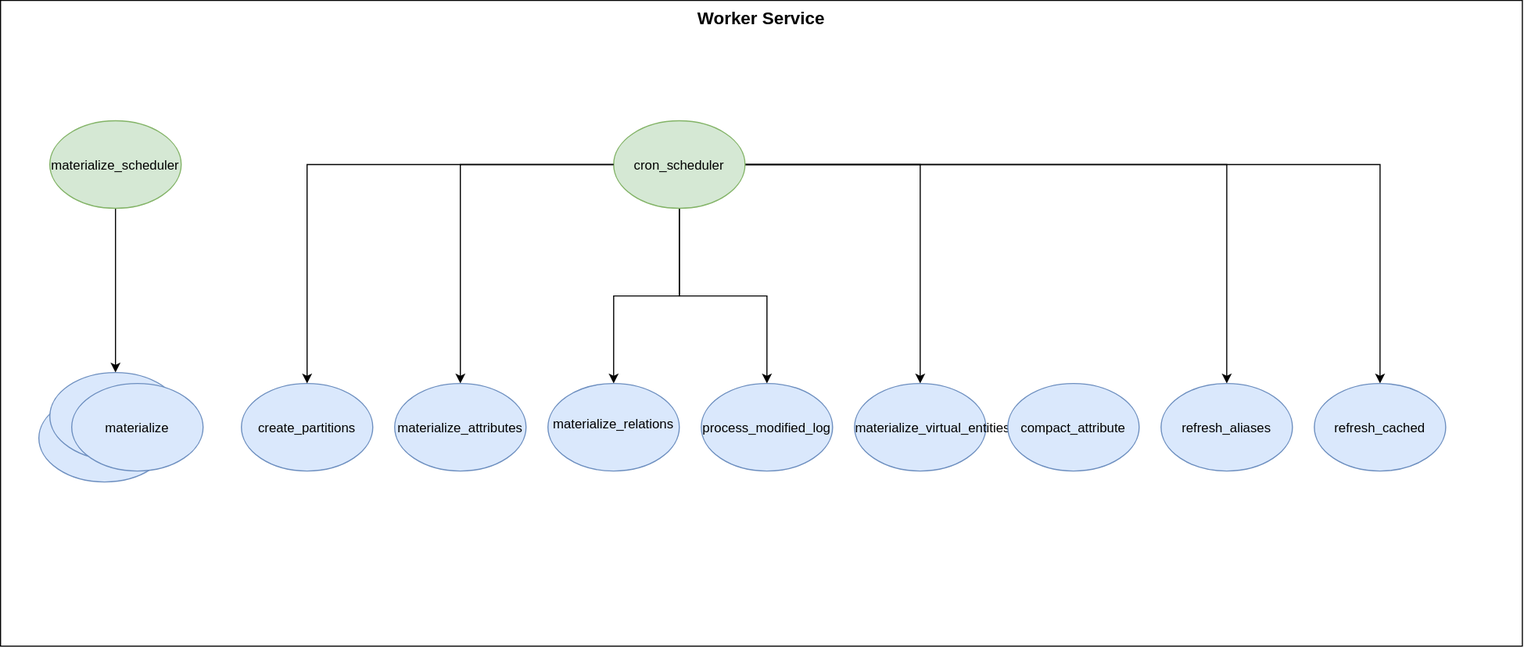
Above: documentation/src/design/images/worker_service.drawio.svg in 1Optic/minerva (draw.io), before the change. Source tidied: cells renumbered, new cells last; positions are measured from the earlier drawing's top-left corner, leaving out a move shared by most shapes. Its diagram source:
```xml
<mxGraphModel>
  <root>
    <mxCell id="0" />
    <mxCell id="1" parent="0" />
    <mxCell id="2" value="Worker Service" style="rounded=0;whiteSpace=wrap;html=1;verticalAlign=top;fontStyle=1;fontSize=16;" parent="1" vertex="1">
      <mxGeometry width="1390" height="590" as="geometry" />
    </mxCell>
    <mxCell id="3" style="edgeStyle=orthogonalEdgeStyle;rounded=0;jettySize=auto;html=1;" parent="1" edge="1" source="9" target="11">
      <mxGeometry relative="1" as="geometry" />
    </mxCell>
    <mxCell id="4" style="edgeStyle=orthogonalEdgeStyle;rounded=0;jettySize=auto;html=1;" parent="1" edge="1" source="9" target="13">
      <mxGeometry relative="1" as="geometry" />
    </mxCell>
    <mxCell id="5" style="edgeStyle=orthogonalEdgeStyle;rounded=0;jettySize=auto;html=1;" parent="1" edge="1" source="9" target="14">
      <mxGeometry relative="1" as="geometry" />
    </mxCell>
    <mxCell id="6" style="edgeStyle=orthogonalEdgeStyle;rounded=0;jettySize=auto;html=1;" parent="1" edge="1" source="9" target="15">
      <mxGeometry relative="1" as="geometry" />
    </mxCell>
    <mxCell id="7" style="edgeStyle=orthogonalEdgeStyle;rounded=0;jettySize=auto;html=1;" parent="1" edge="1" source="9" target="17">
      <mxGeometry relative="1" as="geometry" />
    </mxCell>
    <mxCell id="8" style="edgeStyle=orthogonalEdgeStyle;rounded=0;jettySize=auto;html=1;" parent="1" edge="1" source="9" target="18">
      <mxGeometry relative="1" as="geometry" />
    </mxCell>
    <mxCell id="9" value="cron_&lt;span style=&quot;text-decoration-line: inherit; background-color: transparent; color: light-dark(rgb(0, 0, 0), rgb(255, 255, 255));&quot;&gt;scheduler&lt;/span&gt;" style="ellipse;whiteSpace=wrap;html=1;shapeInside=1;fillColor=#d5e8d4;strokeColor=#82b366;" parent="1" vertex="1">
      <mxGeometry x="560" y="110" width="120" height="80" as="geometry" />
    </mxCell>
    <mxCell id="10" value="create_partitions" style="ellipse;whiteSpace=wrap;html=1;shapeInside=1;fillColor=#dae8fc;strokeColor=#6c8ebf;" parent="1" vertex="1">
      <mxGeometry x="220" y="350" width="120" height="80" as="geometry" />
    </mxCell>
    <mxCell id="11" value="materialize_attributes" style="ellipse;whiteSpace=wrap;html=1;shapeInside=1;fillColor=#dae8fc;strokeColor=#6c8ebf;" parent="1" vertex="1">
      <mxGeometry x="360" y="350" width="120" height="80" as="geometry" />
    </mxCell>
    <mxCell id="12" style="edgeStyle=orthogonalEdgeStyle;rounded=0;jettySize=auto;html=1;" parent="1" edge="1" source="9" target="10">
      <mxGeometry relative="1" as="geometry" />
    </mxCell>
    <mxCell id="13" value="&lt;span style=&quot;background-color: transparent; color: light-dark(rgb(0, 0, 0), rgb(255, 255, 255)); text-decoration-line: inherit;&quot;&gt;materialize_relations&lt;/span&gt;" style="ellipse;whiteSpace=wrap;html=1;shapeInside=1;fillColor=#dae8fc;strokeColor=#6c8ebf;align=center;verticalAlign=middle;fontFamily=Helvetica;fontSize=12;fontColor=default;" parent="1" vertex="1">
      <mxGeometry x="500" y="350" width="120" height="80" as="geometry" />
    </mxCell>
    <mxCell id="14" value="process_modified_log" style="ellipse;whiteSpace=wrap;html=1;shapeInside=1;fillColor=#dae8fc;strokeColor=#6c8ebf;" parent="1" vertex="1">
      <mxGeometry x="640" y="350" width="120" height="80" as="geometry" />
    </mxCell>
    <mxCell id="15" value="materialize_virtual_entities" style="ellipse;whiteSpace=wrap;html=1;shapeInside=1;fillColor=#dae8fc;strokeColor=#6c8ebf;" parent="1" vertex="1">
      <mxGeometry x="780" y="350" width="120" height="80" as="geometry" />
    </mxCell>
    <mxCell id="16" value="compact_attribute" style="ellipse;whiteSpace=wrap;html=1;shapeInside=1;strokeColor=#6c8ebf;align=center;verticalAlign=middle;fontFamily=Helvetica;fontSize=12;fontColor=default;fillColor=#dae8fc;" parent="1" vertex="1">
      <mxGeometry x="920" y="350" width="120" height="80" as="geometry" />
    </mxCell>
    <mxCell id="17" value="refresh_aliases" style="ellipse;whiteSpace=wrap;html=1;shapeInside=1;strokeColor=#6c8ebf;align=center;verticalAlign=middle;fontFamily=Helvetica;fontSize=12;fontColor=default;fillColor=#dae8fc;" parent="1" vertex="1">
      <mxGeometry x="1060" y="350" width="120" height="80" as="geometry" />
    </mxCell>
    <mxCell id="18" value="refresh_cached" style="ellipse;whiteSpace=wrap;html=1;shapeInside=1;strokeColor=#6c8ebf;align=center;verticalAlign=middle;fontFamily=Helvetica;fontSize=12;fontColor=default;fillColor=#dae8fc;" parent="1" vertex="1">
      <mxGeometry x="1200" y="350" width="120" height="80" as="geometry" />
    </mxCell>
    <mxCell id="19" style="edgeStyle=orthogonalEdgeStyle;rounded=0;jettySize=auto;html=1;" parent="1" edge="1" source="20" target="22">
      <mxGeometry relative="1" as="geometry" />
    </mxCell>
    <mxCell id="20" value="materialize_scheduler" style="ellipse;whiteSpace=wrap;html=1;shapeInside=1;fillColor=#d5e8d4;strokeColor=#82b366;" parent="1" vertex="1">
      <mxGeometry x="45" y="110" width="120" height="80" as="geometry" />
    </mxCell>
    <mxCell id="21" style="ellipse;whiteSpace=wrap;html=1;shapeInside=1;fillColor=#dae8fc;strokeColor=#6c8ebf;" parent="1" vertex="1">
      <mxGeometry x="35" y="360" width="120" height="80" as="geometry" />
    </mxCell>
    <mxCell id="22" style="ellipse;whiteSpace=wrap;html=1;shapeInside=1;fillColor=#dae8fc;strokeColor=#6c8ebf;" parent="1" vertex="1">
      <mxGeometry x="45" y="340" width="120" height="80" as="geometry" />
    </mxCell>
    <mxCell id="23" value="materialize" style="ellipse;whiteSpace=wrap;html=1;shapeInside=1;fillColor=#dae8fc;strokeColor=#6c8ebf;" parent="1" vertex="1">
      <mxGeometry x="65" y="350" width="120" height="80" as="geometry" />
    </mxCell>
  </root>
</mxGraphModel>
```
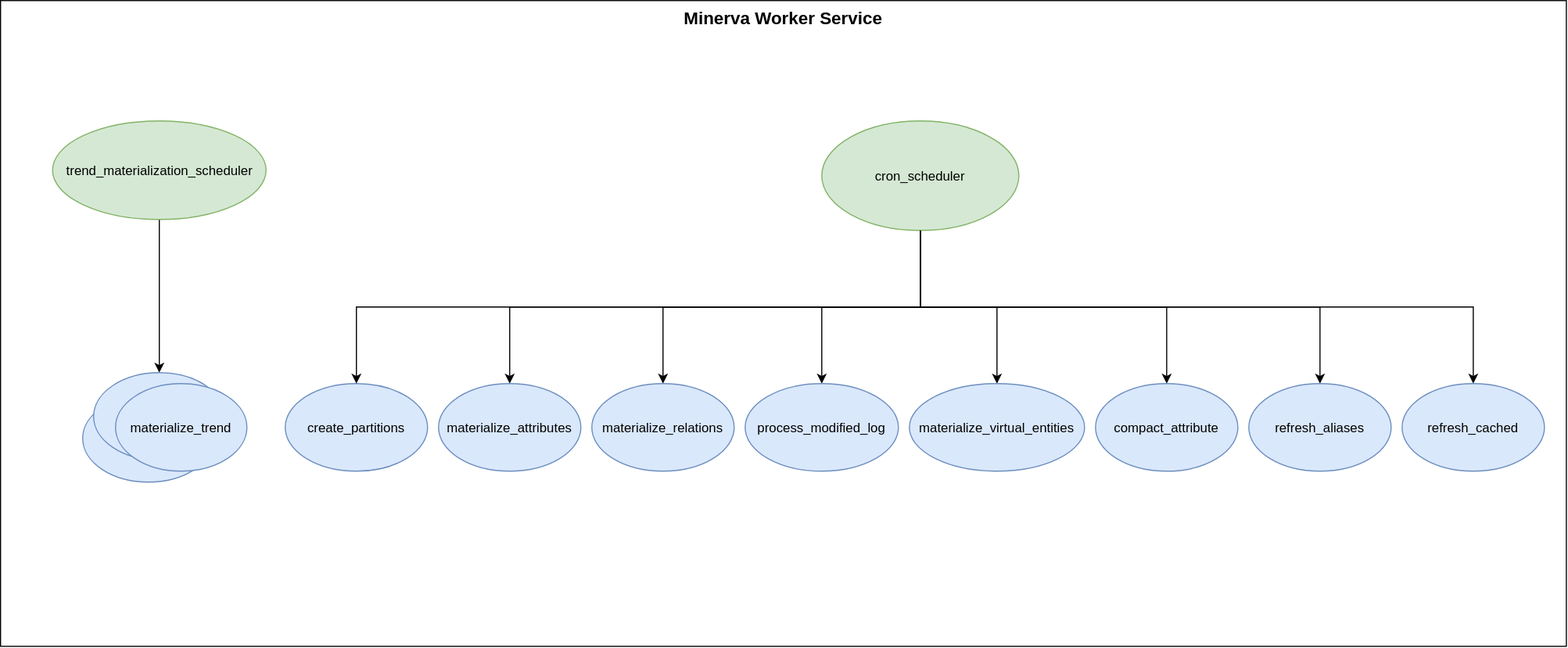
The same diagram one commit later.

Commit message:
Fix diagram colors and extend worker service design

What changed in the source:
```diff
@@ -2,62 +2,100 @@
   <root>
     <mxCell id="0" />
     <mxCell id="1" parent="0" />
-    <mxCell id="2" value="Worker Service" style="rounded=0;whiteSpace=wrap;html=1;verticalAlign=top;fontStyle=1;fontSize=16;" parent="1" vertex="1">
-      <mxGeometry width="1390" height="590" as="geometry" />
+    <mxCell id="2" value="Minerva Worker Service" style="rounded=0;whiteSpace=wrap;html=1;verticalAlign=top;fontStyle=1;fontSize=16;fillStyle=solid;fillColor=#FFFFFF;" parent="1" vertex="1">
+      <mxGeometry x="-40" width="1430" height="590" as="geometry" />
     </mxCell>
-    <mxCell id="3" style="edgeStyle=orthogonalEdgeStyle;rounded=0;jettySize=auto;html=1;" parent="1" edge="1" source="9" target="11">
-      <mxGeometry relative="1" as="geometry" />
+    <mxCell id="3" style="edgeStyle=orthogonalEdgeStyle;rounded=0;jettySize=auto;html=1;strokeColor=#000000;align=center;verticalAlign=middle;fontFamily=Helvetica;fontSize=11;fontColor=default;labelBackgroundColor=default;endArrow=classic;" parent="1" edge="1" source="9" target="11">
+      <mxGeometry relative="1" as="geometry">
+        <Array as="points">
+          <mxPoint x="800" y="280" />
+          <mxPoint x="425" y="280" />
+        </Array>
+      </mxGeometry>
     </mxCell>
-    <mxCell id="4" style="edgeStyle=orthogonalEdgeStyle;rounded=0;jettySize=auto;html=1;" parent="1" edge="1" source="9" target="13">
-      <mxGeometry relative="1" as="geometry" />
+    <mxCell id="4" style="edgeStyle=orthogonalEdgeStyle;rounded=0;jettySize=auto;html=1;strokeColor=#000000;align=center;verticalAlign=middle;fontFamily=Helvetica;fontSize=11;fontColor=default;labelBackgroundColor=default;endArrow=classic;" parent="1" edge="1" source="9" target="13">
+      <mxGeometry relative="1" as="geometry">
+        <Array as="points">
+          <mxPoint x="800" y="280" />
+          <mxPoint x="565" y="280" />
+        </Array>
+      </mxGeometry>
     </mxCell>
-    <mxCell id="5" style="edgeStyle=orthogonalEdgeStyle;rounded=0;jettySize=auto;html=1;" parent="1" edge="1" source="9" target="14">
+    <mxCell id="5" style="edgeStyle=orthogonalEdgeStyle;rounded=0;jettySize=auto;html=1;strokeColor=#000000;align=center;verticalAlign=middle;fontFamily=Helvetica;fontSize=11;fontColor=default;labelBackgroundColor=default;endArrow=classic;" parent="1" edge="1" source="9" target="14">
       <mxGeometry relative="1" as="geometry" />
     </mxCell>
-    <mxCell id="6" style="edgeStyle=orthogonalEdgeStyle;rounded=0;jettySize=auto;html=1;" parent="1" edge="1" source="9" target="15">
-      <mxGeometry relative="1" as="geometry" />
+    <mxCell id="6" style="edgeStyle=orthogonalEdgeStyle;rounded=0;jettySize=auto;html=1;strokeColor=#000000;" parent="1" edge="1" source="9" target="15">
+      <mxGeometry relative="1" as="geometry">
+        <Array as="points">
+          <mxPoint x="800" y="280" />
+          <mxPoint x="870" y="280" />
+        </Array>
+      </mxGeometry>
     </mxCell>
-    <mxCell id="7" style="edgeStyle=orthogonalEdgeStyle;rounded=0;jettySize=auto;html=1;" parent="1" edge="1" source="9" target="17">
-      <mxGeometry relative="1" as="geometry" />
+    <mxCell id="7" style="edgeStyle=orthogonalEdgeStyle;rounded=0;jettySize=auto;html=1;strokeColor=#000000;" parent="1" edge="1" source="9" target="17">
+      <mxGeometry relative="1" as="geometry">
+        <Array as="points">
+          <mxPoint x="800" y="280" />
+          <mxPoint x="1165" y="280" />
+        </Array>
+      </mxGeometry>
     </mxCell>
-    <mxCell id="8" style="edgeStyle=orthogonalEdgeStyle;rounded=0;jettySize=auto;html=1;" parent="1" edge="1" source="9" target="18">
-      <mxGeometry relative="1" as="geometry" />
+    <mxCell id="8" style="edgeStyle=orthogonalEdgeStyle;rounded=0;jettySize=auto;html=1;strokeColor=#000000;" parent="1" edge="1" source="9" target="18">
+      <mxGeometry relative="1" as="geometry">
+        <Array as="points">
+          <mxPoint x="800" y="280" />
+          <mxPoint x="1305" y="280" />
+        </Array>
+      </mxGeometry>
     </mxCell>
+    <mxCell id="24" style="edgeStyle=orthogonalEdgeStyle;rounded=0;jettySize=auto;html=1;entryX=0.5;entryY=0;entryDx=0;entryDy=0;strokeColor=#000000;align=center;verticalAlign=middle;fontFamily=Helvetica;fontSize=11;fontColor=default;labelBackgroundColor=default;endArrow=classic;" parent="1" edge="1" source="9" target="16">
+      <mxGeometry relative="1" as="geometry">
+        <Array as="points">
+          <mxPoint x="800" y="280" />
+          <mxPoint x="1025" y="280" />
+        </Array>
+      </mxGeometry>
+    </mxCell>
-    <mxCell id="9" value="cron_&lt;span style=&quot;text-decoration-line: inherit; background-color: transparent; color: light-dark(rgb(0, 0, 0), rgb(255, 255, 255));&quot;&gt;scheduler&lt;/span&gt;" style="ellipse;whiteSpace=wrap;html=1;shapeInside=1;fillColor=#d5e8d4;strokeColor=#82b366;" parent="1" vertex="1">
-      <mxGeometry x="560" y="110" width="120" height="80" as="geometry" />
+    <mxCell id="9" value="cron_&lt;span style=&quot;text-decoration-line: inherit; background-color: transparent;&quot;&gt;scheduler&lt;/span&gt;" style="ellipse;whiteSpace=wrap;html=1;shapeInside=1;fillColor=#d5e8d4;strokeColor=#82b366;fontColor=#000000;" parent="1" vertex="1">
+      <mxGeometry x="710" y="110" width="180" height="100" as="geometry" />
     </mxCell>
-    <mxCell id="10" value="create_partitions" style="ellipse;whiteSpace=wrap;html=1;shapeInside=1;fillColor=#dae8fc;strokeColor=#6c8ebf;" parent="1" vertex="1">
-      <mxGeometry x="220" y="350" width="120" height="80" as="geometry" />
+    <mxCell id="10" value="create_partitions" style="ellipse;whiteSpace=wrap;html=1;shapeInside=1;fillColor=#dae8fc;strokeColor=#6c8ebf;fontColor=#000000;" parent="1" vertex="1">
+      <mxGeometry x="220" y="350" width="130" height="80" as="geometry" />
     </mxCell>
-    <mxCell id="11" value="materialize_attributes" style="ellipse;whiteSpace=wrap;html=1;shapeInside=1;fillColor=#dae8fc;strokeColor=#6c8ebf;" parent="1" vertex="1">
-      <mxGeometry x="360" y="350" width="120" height="80" as="geometry" />
+    <mxCell id="11" value="materialize_attributes" style="ellipse;whiteSpace=wrap;html=1;shapeInside=1;fillColor=#dae8fc;strokeColor=#6c8ebf;fontFamily=Helvetica;fontSize=12;fontColor=#000000;fontStyle=0;align=center;verticalAlign=middle;" parent="1" vertex="1">
+      <mxGeometry x="360" y="350" width="130" height="80" as="geometry" />
     </mxCell>
-    <mxCell id="12" style="edgeStyle=orthogonalEdgeStyle;rounded=0;jettySize=auto;html=1;" parent="1" edge="1" source="9" target="10">
-      <mxGeometry relative="1" as="geometry" />
+    <mxCell id="12" style="edgeStyle=orthogonalEdgeStyle;rounded=0;jettySize=auto;html=1;strokeColor=#000000;align=center;verticalAlign=middle;fontFamily=Helvetica;fontSize=11;fontColor=default;labelBackgroundColor=default;endArrow=classic;" parent="1" edge="1" source="9" target="10">
+      <mxGeometry relative="1" as="geometry">
+        <Array as="points">
+          <mxPoint x="800" y="280" />
+          <mxPoint x="285" y="280" />
+        </Array>
+      </mxGeometry>
     </mxCell>
-    <mxCell id="13" value="&lt;span style=&quot;background-color: transparent; color: light-dark(rgb(0, 0, 0), rgb(255, 255, 255)); text-decoration-line: inherit;&quot;&gt;materialize_relations&lt;/span&gt;" style="ellipse;whiteSpace=wrap;html=1;shapeInside=1;fillColor=#dae8fc;strokeColor=#6c8ebf;align=center;verticalAlign=middle;fontFamily=Helvetica;fontSize=12;fontColor=default;" parent="1" vertex="1">
-      <mxGeometry x="500" y="350" width="120" height="80" as="geometry" />
+    <mxCell id="13" value="&lt;span style=&quot;background-color: transparent; text-decoration-line: inherit;&quot;&gt;materialize_relations&lt;/span&gt;" style="ellipse;whiteSpace=wrap;html=1;shapeInside=1;fillColor=#dae8fc;strokeColor=#6c8ebf;align=center;verticalAlign=middle;fontFamily=Helvetica;fontSize=12;fontColor=#000000;fontStyle=0;" parent="1" vertex="1">
+      <mxGeometry x="500" y="350" width="130" height="80" as="geometry" />
     </mxCell>
-    <mxCell id="14" value="process_modified_log" style="ellipse;whiteSpace=wrap;html=1;shapeInside=1;fillColor=#dae8fc;strokeColor=#6c8ebf;" parent="1" vertex="1">
-      <mxGeometry x="640" y="350" width="120" height="80" as="geometry" />
+    <mxCell id="14" value="process_modified_log" style="ellipse;whiteSpace=wrap;html=1;shapeInside=1;fillColor=#dae8fc;strokeColor=#6c8ebf;fontColor=#000000;" parent="1" vertex="1">
+      <mxGeometry x="640" y="350" width="140" height="80" as="geometry" />
     </mxCell>
-    <mxCell id="15" value="materialize_virtual_entities" style="ellipse;whiteSpace=wrap;html=1;shapeInside=1;fillColor=#dae8fc;strokeColor=#6c8ebf;" parent="1" vertex="1">
-      <mxGeometry x="780" y="350" width="120" height="80" as="geometry" />
+    <mxCell id="15" value="materialize_virtual_entities" style="ellipse;whiteSpace=wrap;html=1;shapeInside=1;fillColor=#dae8fc;strokeColor=#6c8ebf;fontColor=#000000;" parent="1" vertex="1">
+      <mxGeometry x="790" y="350" width="160" height="80" as="geometry" />
     </mxCell>
-    <mxCell id="16" value="compact_attribute" style="ellipse;whiteSpace=wrap;html=1;shapeInside=1;strokeColor=#6c8ebf;align=center;verticalAlign=middle;fontFamily=Helvetica;fontSize=12;fontColor=default;fillColor=#dae8fc;" parent="1" vertex="1">
-      <mxGeometry x="920" y="350" width="120" height="80" as="geometry" />
+    <mxCell id="16" value="compact_attribute" style="ellipse;whiteSpace=wrap;html=1;shapeInside=1;strokeColor=#6c8ebf;align=center;verticalAlign=middle;fontFamily=Helvetica;fontSize=12;fontColor=#000000;fillColor=#dae8fc;" parent="1" vertex="1">
+      <mxGeometry x="960" y="350" width="130" height="80" as="geometry" />
     </mxCell>
-    <mxCell id="17" value="refresh_aliases" style="ellipse;whiteSpace=wrap;html=1;shapeInside=1;strokeColor=#6c8ebf;align=center;verticalAlign=middle;fontFamily=Helvetica;fontSize=12;fontColor=default;fillColor=#dae8fc;" parent="1" vertex="1">
-      <mxGeometry x="1060" y="350" width="120" height="80" as="geometry" />
+    <mxCell id="17" value="refresh_aliases" style="ellipse;whiteSpace=wrap;html=1;shapeInside=1;strokeColor=#6c8ebf;align=center;verticalAlign=middle;fontFamily=Helvetica;fontSize=12;fontColor=#000000;fillColor=#dae8fc;" parent="1" vertex="1">
+      <mxGeometry x="1100" y="350" width="130" height="80" as="geometry" />
     </mxCell>
-    <mxCell id="18" value="refresh_cached" style="ellipse;whiteSpace=wrap;html=1;shapeInside=1;strokeColor=#6c8ebf;align=center;verticalAlign=middle;fontFamily=Helvetica;fontSize=12;fontColor=default;fillColor=#dae8fc;" parent="1" vertex="1">
-      <mxGeometry x="1200" y="350" width="120" height="80" as="geometry" />
+    <mxCell id="18" value="refresh_cached" style="ellipse;whiteSpace=wrap;html=1;shapeInside=1;strokeColor=#6c8ebf;align=center;verticalAlign=middle;fontFamily=Helvetica;fontSize=12;fontColor=#000000;fillColor=#dae8fc;" parent="1" vertex="1">
+      <mxGeometry x="1240" y="350" width="130" height="80" as="geometry" />
     </mxCell>
-    <mxCell id="19" style="edgeStyle=orthogonalEdgeStyle;rounded=0;jettySize=auto;html=1;" parent="1" edge="1" source="20" target="22">
+    <mxCell id="19" style="edgeStyle=orthogonalEdgeStyle;rounded=0;jettySize=auto;html=1;strokeColor=#000000;align=center;verticalAlign=middle;fontFamily=Helvetica;fontSize=11;fontColor=default;labelBackgroundColor=default;endArrow=classic;" parent="1" edge="1" source="20" target="22">
       <mxGeometry relative="1" as="geometry" />
     </mxCell>
-    <mxCell id="20" value="materialize_scheduler" style="ellipse;whiteSpace=wrap;html=1;shapeInside=1;fillColor=#d5e8d4;strokeColor=#82b366;" parent="1" vertex="1">
-      <mxGeometry x="45" y="110" width="120" height="80" as="geometry" />
+    <mxCell id="20" value="trend_materialization_scheduler" style="ellipse;whiteSpace=wrap;html=1;shapeInside=1;fillColor=#d5e8d4;strokeColor=#82b366;fontColor=#000000;" parent="1" vertex="1">
+      <mxGeometry x="7.5" y="110" width="195" height="90" as="geometry" />
     </mxCell>
     <mxCell id="21" style="ellipse;whiteSpace=wrap;html=1;shapeInside=1;fillColor=#dae8fc;strokeColor=#6c8ebf;" parent="1" vertex="1">
       <mxGeometry x="35" y="360" width="120" height="80" as="geometry" />
@@ -65,7 +103,7 @@
     <mxCell id="22" style="ellipse;whiteSpace=wrap;html=1;shapeInside=1;fillColor=#dae8fc;strokeColor=#6c8ebf;" parent="1" vertex="1">
       <mxGeometry x="45" y="340" width="120" height="80" as="geometry" />
     </mxCell>
-    <mxCell id="23" value="materialize" style="ellipse;whiteSpace=wrap;html=1;shapeInside=1;fillColor=#dae8fc;strokeColor=#6c8ebf;" parent="1" vertex="1">
+    <mxCell id="23" value="materialize_trend" style="ellipse;whiteSpace=wrap;html=1;shapeInside=1;fillColor=#dae8fc;strokeColor=#6c8ebf;fontColor=#000000;" parent="1" vertex="1">
       <mxGeometry x="65" y="350" width="120" height="80" as="geometry" />
     </mxCell>
   </root>
```
